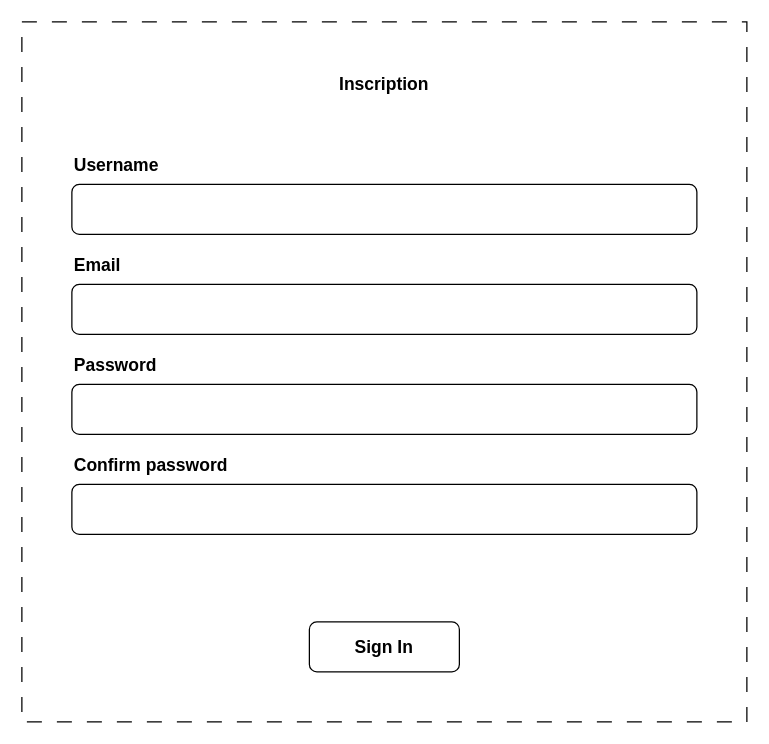
Above: page "Sign in formular" (1 of 3) of docs/front/formulars-wireframe.drawio in AlexandreDejour/DofusGroup (draw.io), before the change. Source tidied: cells renumbered, new cells numbered last; positions are measured from the earlier drawing's top-left corner, leaving out a move shared by most shapes. Both pictures are drawn from the tidied source at 125%, with x=0, y=0 at pixel (21, 21).
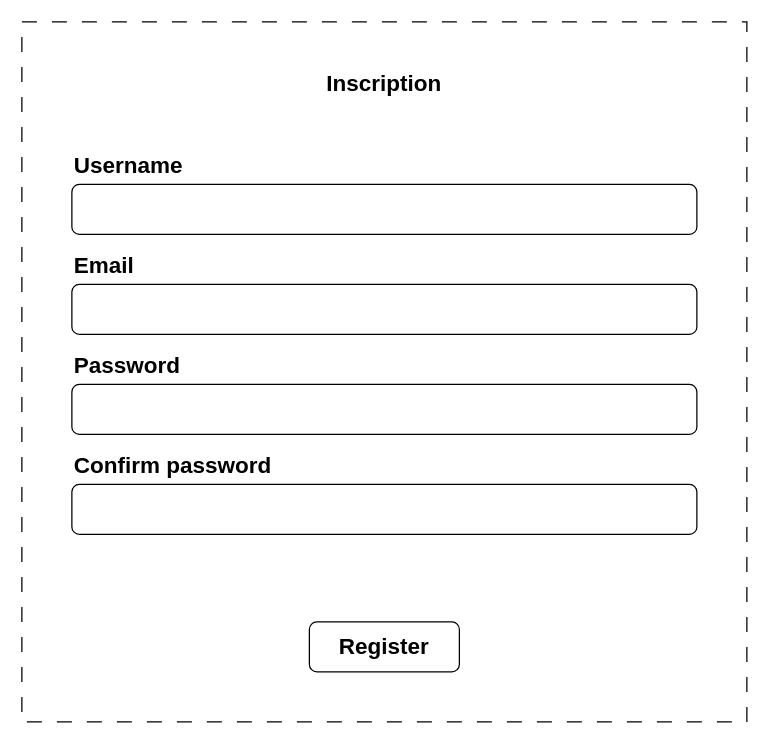
After the change.

The edit, as a diff of the source:
```diff
@@
 <mxGraphModel>
   <root>
     <mxCell id="0" />
     <mxCell id="1" parent="0" />
     <mxCell id="2" style="rounded=0;whiteSpace=wrap;html=1;fillColor=none;dashed=1;dashPattern=12 12;" parent="1" vertex="1">
       <mxGeometry width="580" height="560" as="geometry" />
     </mxCell>
-    <mxCell id="3" value="&lt;font style=&quot;font-size: 14px;&quot;&gt;&lt;b&gt;Inscription&lt;/b&gt;&lt;/font&gt;" style="rounded=1;whiteSpace=wrap;html=1;fillColor=none;strokeColor=none;" parent="1" vertex="1">
+    <mxCell id="3" value="&lt;font style=&quot;font-size: 18px;&quot;&gt;&lt;b style=&quot;&quot;&gt;Inscription&lt;/b&gt;&lt;/font&gt;" style="rounded=1;whiteSpace=wrap;html=1;fillColor=none;strokeColor=none;" parent="1" vertex="1">
       <mxGeometry x="60" y="20" width="460" height="60" as="geometry" />
     </mxCell>
     <mxCell id="4" style="group;" parent="1" vertex="1">
       <mxGeometry x="40" y="100" width="500" height="70" as="geometry" />
     </mxCell>
     <mxCell id="5" style="rounded=1;whiteSpace=wrap;html=1;fillColor=none;" parent="4" vertex="1">
       <mxGeometry y="30" width="500" height="40" as="geometry" />
     </mxCell>
-    <mxCell id="6" value="&lt;font style=&quot;font-size: 14px;&quot;&gt;&lt;b&gt;Username&lt;/b&gt;&lt;/font&gt;" style="text;html=1;align=left;verticalAlign=middle;whiteSpace=wrap;rounded=0;" parent="4" vertex="1">
+    <mxCell id="6" value="&lt;font style=&quot;font-size: 18px;&quot;&gt;&lt;b style=&quot;&quot;&gt;Username&lt;/b&gt;&lt;/font&gt;" style="text;html=1;align=left;verticalAlign=middle;whiteSpace=wrap;rounded=0;" parent="4" vertex="1">
       <mxGeometry width="80" height="30" as="geometry" />
     </mxCell>
     <mxCell id="7" style="group;" parent="1" vertex="1">
       <mxGeometry x="40" y="180" width="500" height="70" as="geometry" />
     </mxCell>
     <mxCell id="8" style="rounded=1;whiteSpace=wrap;html=1;fillColor=none;" parent="7" vertex="1">
       <mxGeometry y="30" width="500" height="40" as="geometry" />
     </mxCell>
-    <mxCell id="9" value="&lt;font style=&quot;font-size: 14px;&quot;&gt;&lt;b&gt;Email&lt;/b&gt;&lt;/font&gt;" style="text;html=1;align=left;verticalAlign=middle;whiteSpace=wrap;rounded=0;" parent="7" vertex="1">
+    <mxCell id="9" value="&lt;font style=&quot;font-size: 18px;&quot;&gt;&lt;b style=&quot;&quot;&gt;Email&lt;/b&gt;&lt;/font&gt;" style="text;html=1;align=left;verticalAlign=middle;whiteSpace=wrap;rounded=0;" parent="7" vertex="1">
       <mxGeometry width="80" height="30" as="geometry" />
     </mxCell>
     <mxCell id="10" style="group;" parent="1" vertex="1">
       <mxGeometry x="40" y="260" width="500" height="70" as="geometry" />
     </mxCell>
     <mxCell id="11" style="rounded=1;whiteSpace=wrap;html=1;fillColor=none;" parent="10" vertex="1">
       <mxGeometry y="30" width="500" height="40" as="geometry" />
     </mxCell>
-    <mxCell id="12" value="&lt;font style=&quot;font-size: 14px;&quot;&gt;&lt;b&gt;Password&lt;/b&gt;&lt;/font&gt;" style="text;html=1;align=left;verticalAlign=middle;whiteSpace=wrap;rounded=0;" parent="10" vertex="1">
+    <mxCell id="12" value="&lt;font style=&quot;font-size: 18px;&quot;&gt;&lt;b style=&quot;&quot;&gt;Password&lt;/b&gt;&lt;/font&gt;" style="text;html=1;align=left;verticalAlign=middle;whiteSpace=wrap;rounded=0;" parent="10" vertex="1">
       <mxGeometry width="80" height="30" as="geometry" />
     </mxCell>
     <mxCell id="13" style="group;" parent="1" vertex="1">
       <mxGeometry x="40" y="340" width="500" height="70" as="geometry" />
     </mxCell>
     <mxCell id="14" style="rounded=1;whiteSpace=wrap;html=1;fillColor=none;" parent="13" vertex="1">
       <mxGeometry y="30" width="500" height="40" as="geometry" />
     </mxCell>
-    <mxCell id="15" value="&lt;font style=&quot;font-size: 14px;&quot;&gt;&lt;b&gt;Confirm password&lt;/b&gt;&lt;/font&gt;" style="text;html=1;align=left;verticalAlign=middle;whiteSpace=wrap;rounded=0;" parent="13" vertex="1">
-      <mxGeometry width="140" height="30" as="geometry" />
+    <mxCell id="15" value="&lt;font style=&quot;font-size: 18px;&quot;&gt;&lt;b style=&quot;&quot;&gt;Confirm password&lt;/b&gt;&lt;/font&gt;" style="text;html=1;align=left;verticalAlign=middle;whiteSpace=wrap;rounded=0;" parent="13" vertex="1">
+      <mxGeometry width="170" height="30" as="geometry" />
     </mxCell>
-    <mxCell id="16" value="&lt;font style=&quot;font-size: 14px;&quot;&gt;&lt;b&gt;Sign In&lt;/b&gt;&lt;/font&gt;" style="rounded=1;whiteSpace=wrap;html=1;fillColor=none;" parent="1" vertex="1">
+    <mxCell id="16" value="&lt;font style=&quot;font-size: 18px;&quot;&gt;&lt;b style=&quot;&quot;&gt;Register&lt;/b&gt;&lt;/font&gt;" style="rounded=1;whiteSpace=wrap;html=1;fillColor=none;" parent="1" vertex="1">
       <mxGeometry x="230" y="480" width="120" height="40" as="geometry" />
     </mxCell>
   </root>
 </mxGraphModel>
```
